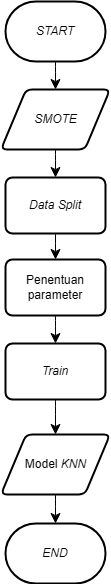
rfqma/skripsi keeps this draw.io diagram as flowcharts/flowchart_pembuatan_model_sentimen.drawio.png. Above is the earlier version. Source tidied: cells renumbered, new cells last; positions are measured from the earlier drawing's top-left corner, leaving out a move shared by most shapes. Source of this version:
```xml
<mxGraphModel>
  <root>
    <mxCell id="0" />
    <mxCell id="1" parent="0" />
    <mxCell id="2" style="edgeStyle=none;curved=1;rounded=0;jettySize=auto;html=1;exitX=0.5;exitY=1;exitDx=0;exitDy=0;exitPerimeter=0;entryX=0.5;entryY=0;entryDx=0;entryDy=0;fontSize=12;startSize=8;endSize=8;" parent="1" edge="1" source="3" target="6">
      <mxGeometry relative="1" as="geometry" />
    </mxCell>
    <mxCell id="3" value="&lt;i&gt;START&lt;/i&gt;" style="strokeWidth=2;html=1;shape=mxgraph.flowchart.terminator;whiteSpace=wrap;" parent="1" vertex="1">
      <mxGeometry x="4" width="100" height="60" as="geometry" />
    </mxCell>
    <mxCell id="4" value="&lt;i&gt;END&lt;/i&gt;" style="strokeWidth=2;html=1;shape=mxgraph.flowchart.terminator;whiteSpace=wrap;" parent="1" vertex="1">
      <mxGeometry x="4" y="522" width="100" height="60" as="geometry" />
    </mxCell>
    <mxCell id="5" style="edgeStyle=none;curved=1;rounded=0;jettySize=auto;html=1;exitX=0.5;exitY=1;exitDx=0;exitDy=0;entryX=0.5;entryY=0;entryDx=0;entryDy=0;fontSize=12;startSize=8;endSize=8;" parent="1" edge="1" source="6" target="8">
      <mxGeometry relative="1" as="geometry" />
    </mxCell>
    <mxCell id="6" value="&lt;i&gt;SMOTE&lt;/i&gt;" style="shape=parallelogram;html=1;strokeWidth=2;perimeter=parallelogramPerimeter;whiteSpace=wrap;rounded=1;arcSize=12;size=0.23;" parent="1" vertex="1">
      <mxGeometry x="-0.5" y="88" width="109" height="60" as="geometry" />
    </mxCell>
    <mxCell id="7" style="edgeStyle=none;curved=1;rounded=0;jettySize=auto;html=1;exitX=0.5;exitY=1;exitDx=0;exitDy=0;entryX=0.5;entryY=0;entryDx=0;entryDy=0;fontSize=12;startSize=8;endSize=8;" parent="1" edge="1" source="8" target="10">
      <mxGeometry relative="1" as="geometry" />
    </mxCell>
    <mxCell id="8" value="&lt;i&gt;Data Split&lt;/i&gt;" style="rounded=1;whiteSpace=wrap;html=1;absoluteArcSize=1;arcSize=14;strokeWidth=2;" parent="1" vertex="1">
      <mxGeometry x="4" y="176" width="100" height="56" as="geometry" />
    </mxCell>
    <mxCell id="9" style="edgeStyle=none;curved=1;rounded=0;jettySize=auto;html=1;exitX=0.5;exitY=1;exitDx=0;exitDy=0;entryX=0.5;entryY=0;entryDx=0;entryDy=0;fontSize=12;startSize=8;endSize=8;" parent="1" edge="1" source="10" target="13">
      <mxGeometry relative="1" as="geometry" />
    </mxCell>
    <mxCell id="10" value="Penentuan parameter" style="rounded=1;whiteSpace=wrap;html=1;absoluteArcSize=1;arcSize=14;strokeWidth=2;" parent="1" vertex="1">
      <mxGeometry x="4" y="258" width="100" height="56" as="geometry" />
    </mxCell>
    <mxCell id="11" value="Model &lt;i&gt;KNN&lt;/i&gt;" style="shape=parallelogram;html=1;strokeWidth=2;perimeter=parallelogramPerimeter;whiteSpace=wrap;rounded=1;arcSize=12;size=0.23;" parent="1" vertex="1">
      <mxGeometry x="-0.5" y="433" width="109" height="60" as="geometry" />
    </mxCell>
    <mxCell id="12" style="edgeStyle=none;curved=1;rounded=0;jettySize=auto;html=1;exitX=0.5;exitY=1;exitDx=0;exitDy=0;entryX=0.5;entryY=0;entryDx=0;entryDy=0;fontSize=12;startSize=8;endSize=8;" parent="1" edge="1" source="13" target="11">
      <mxGeometry relative="1" as="geometry" />
    </mxCell>
    <mxCell id="13" value="&lt;i&gt;Train&lt;/i&gt;" style="rounded=1;whiteSpace=wrap;html=1;absoluteArcSize=1;arcSize=14;strokeWidth=2;" parent="1" vertex="1">
      <mxGeometry x="4" y="342" width="100" height="56" as="geometry" />
    </mxCell>
    <mxCell id="14" style="edgeStyle=none;curved=1;rounded=0;jettySize=auto;html=1;exitX=0.5;exitY=1;exitDx=0;exitDy=0;entryX=0.5;entryY=0;entryDx=0;entryDy=0;entryPerimeter=0;fontSize=12;startSize=8;endSize=8;" parent="1" edge="1" source="11" target="4">
      <mxGeometry relative="1" as="geometry" />
    </mxCell>
  </root>
</mxGraphModel>
```
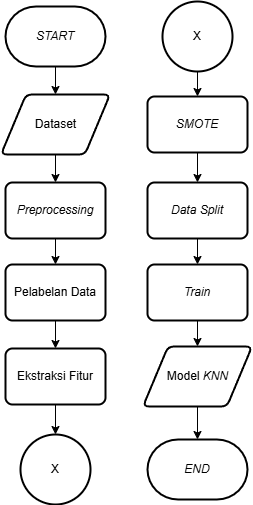
The same file after the commit.

What changed in the source:
```diff
@@ -2,43 +2,70 @@
   <root>
     <mxCell id="0" />
     <mxCell id="1" parent="0" />
-    <mxCell id="2" style="edgeStyle=none;curved=1;rounded=0;jettySize=auto;html=1;exitX=0.5;exitY=1;exitDx=0;exitDy=0;exitPerimeter=0;entryX=0.5;entryY=0;entryDx=0;entryDy=0;fontSize=12;startSize=8;endSize=8;" parent="1" edge="1" source="3" target="6">
-      <mxGeometry relative="1" as="geometry" />
-    </mxCell>
+    <mxCell id="15" style="edgeStyle=orthogonalEdgeStyle;rounded=0;jettySize=auto;html=1;exitX=0.5;exitY=1;exitDx=0;exitDy=0;exitPerimeter=0;entryX=0.5;entryY=0;entryDx=0;entryDy=0;" parent="1" edge="1" source="3" target="17">
+      <mxGeometry relative="1" as="geometry" />
+    </mxCell>
     <mxCell id="3" value="&lt;i&gt;START&lt;/i&gt;" style="strokeWidth=2;html=1;shape=mxgraph.flowchart.terminator;whiteSpace=wrap;" parent="1" vertex="1">
-      <mxGeometry x="4" width="100" height="60" as="geometry" />
+      <mxGeometry x="164" width="100" height="60" as="geometry" />
     </mxCell>
-    <mxCell id="4" value="&lt;i&gt;END&lt;/i&gt;" style="strokeWidth=2;html=1;shape=mxgraph.flowchart.terminator;whiteSpace=wrap;" parent="1" vertex="1">
-      <mxGeometry x="4" y="522" width="100" height="60" as="geometry" />
-    </mxCell>
+    <mxCell id="16" style="edgeStyle=orthogonalEdgeStyle;rounded=0;jettySize=auto;html=1;exitX=0.5;exitY=1;exitDx=0;exitDy=0;entryX=0.5;entryY=0;entryDx=0;entryDy=0;" parent="1" edge="1" source="17" target="19">
+      <mxGeometry relative="1" as="geometry" />
+    </mxCell>
+    <mxCell id="17" value="Dataset" style="shape=parallelogram;html=1;strokeWidth=2;perimeter=parallelogramPerimeter;whiteSpace=wrap;rounded=1;arcSize=12;size=0.23;" parent="1" vertex="1">
+      <mxGeometry x="159.5" y="88" width="109" height="60" as="geometry" />
+    </mxCell>
+    <mxCell id="18" style="edgeStyle=orthogonalEdgeStyle;rounded=0;jettySize=auto;html=1;exitX=0.5;exitY=1;exitDx=0;exitDy=0;entryX=0.5;entryY=0;entryDx=0;entryDy=0;" parent="1" edge="1" source="19" target="21">
+      <mxGeometry relative="1" as="geometry" />
+    </mxCell>
+    <mxCell id="19" value="&lt;i&gt;Preprocessing&lt;/i&gt;" style="rounded=1;whiteSpace=wrap;html=1;absoluteArcSize=1;arcSize=14;strokeWidth=2;" parent="1" vertex="1">
+      <mxGeometry x="164" y="176" width="100" height="56" as="geometry" />
+    </mxCell>
+    <mxCell id="20" style="edgeStyle=orthogonalEdgeStyle;rounded=0;jettySize=auto;html=1;exitX=0.5;exitY=1;exitDx=0;exitDy=0;entryX=0.5;entryY=0;entryDx=0;entryDy=0;" parent="1" edge="1" source="21" target="22">
+      <mxGeometry relative="1" as="geometry" />
+    </mxCell>
+    <mxCell id="21" value="Pelabelan Data" style="rounded=1;whiteSpace=wrap;html=1;absoluteArcSize=1;arcSize=14;strokeWidth=2;" parent="1" vertex="1">
+      <mxGeometry x="164" y="258" width="100" height="56" as="geometry" />
+    </mxCell>
+    <mxCell id="22" value="Ekstraksi Fitur" style="rounded=1;whiteSpace=wrap;html=1;absoluteArcSize=1;arcSize=14;strokeWidth=2;" parent="1" vertex="1">
+      <mxGeometry x="164" y="342" width="100" height="56" as="geometry" />
+    </mxCell>
+    <mxCell id="23" value="X" style="strokeWidth=2;html=1;shape=mxgraph.flowchart.start_2;whiteSpace=wrap;" parent="1" vertex="1">
+      <mxGeometry x="179" y="428" width="70" height="70" as="geometry" />
+    </mxCell>
+    <mxCell id="24" style="edgeStyle=orthogonalEdgeStyle;rounded=0;jettySize=auto;html=1;exitX=0.5;exitY=1;exitDx=0;exitDy=0;entryX=0.5;entryY=0;entryDx=0;entryDy=0;entryPerimeter=0;" parent="1" edge="1" source="22" target="23">
+      <mxGeometry relative="1" as="geometry" />
+    </mxCell>
+    <mxCell id="25" style="edgeStyle=orthogonalEdgeStyle;rounded=0;jettySize=auto;html=1;exitX=0.5;exitY=1;exitDx=0;exitDy=0;exitPerimeter=0;entryX=0.5;entryY=0;entryDx=0;entryDy=0;" parent="1" edge="1" source="26" target="6">
+      <mxGeometry relative="1" as="geometry" />
+    </mxCell>
+    <mxCell id="26" value="X" style="strokeWidth=2;html=1;shape=mxgraph.flowchart.start_2;whiteSpace=wrap;" parent="1" vertex="1">
+      <mxGeometry x="321" y="-5" width="70" height="70" as="geometry" />
+    </mxCell>
-    <mxCell id="5" style="edgeStyle=none;curved=1;rounded=0;jettySize=auto;html=1;exitX=0.5;exitY=1;exitDx=0;exitDy=0;entryX=0.5;entryY=0;entryDx=0;entryDy=0;fontSize=12;startSize=8;endSize=8;" parent="1" edge="1" source="6" target="8">
+    <mxCell id="5" style="edgeStyle=orthogonalEdgeStyle;rounded=0;jettySize=auto;html=1;exitX=0.5;exitY=1;exitDx=0;exitDy=0;entryX=0.5;entryY=0;entryDx=0;entryDy=0;" parent="1" edge="1" source="6" target="8">
       <mxGeometry relative="1" as="geometry" />
     </mxCell>
-    <mxCell id="6" value="&lt;i&gt;SMOTE&lt;/i&gt;" style="shape=parallelogram;html=1;strokeWidth=2;perimeter=parallelogramPerimeter;whiteSpace=wrap;rounded=1;arcSize=12;size=0.23;" parent="1" vertex="1">
-      <mxGeometry x="-0.5" y="88" width="109" height="60" as="geometry" />
+    <mxCell id="6" value="&lt;i&gt;SMOTE&lt;/i&gt;" style="rounded=1;whiteSpace=wrap;html=1;absoluteArcSize=1;arcSize=14;strokeWidth=2;" parent="1" vertex="1">
+      <mxGeometry x="306" y="90" width="100" height="56" as="geometry" />
     </mxCell>
-    <mxCell id="7" style="edgeStyle=none;curved=1;rounded=0;jettySize=auto;html=1;exitX=0.5;exitY=1;exitDx=0;exitDy=0;entryX=0.5;entryY=0;entryDx=0;entryDy=0;fontSize=12;startSize=8;endSize=8;" parent="1" edge="1" source="8" target="10">
-      <mxGeometry relative="1" as="geometry" />
-    </mxCell>
+    <mxCell id="27" style="edgeStyle=orthogonalEdgeStyle;rounded=0;jettySize=auto;html=1;exitX=0.5;exitY=1;exitDx=0;exitDy=0;entryX=0.5;entryY=0;entryDx=0;entryDy=0;" parent="1" edge="1" source="8" target="13">
+      <mxGeometry relative="1" as="geometry" />
+    </mxCell>
     <mxCell id="8" value="&lt;i&gt;Data Split&lt;/i&gt;" style="rounded=1;whiteSpace=wrap;html=1;absoluteArcSize=1;arcSize=14;strokeWidth=2;" parent="1" vertex="1">
-      <mxGeometry x="4" y="176" width="100" height="56" as="geometry" />
+      <mxGeometry x="306" y="176" width="100" height="56" as="geometry" />
     </mxCell>
-    <mxCell id="9" style="edgeStyle=none;curved=1;rounded=0;jettySize=auto;html=1;exitX=0.5;exitY=1;exitDx=0;exitDy=0;entryX=0.5;entryY=0;entryDx=0;entryDy=0;fontSize=12;startSize=8;endSize=8;" parent="1" edge="1" source="10" target="13">
-      <mxGeometry relative="1" as="geometry" />
-    </mxCell>
-    <mxCell id="10" value="Penentuan parameter" style="rounded=1;whiteSpace=wrap;html=1;absoluteArcSize=1;arcSize=14;strokeWidth=2;" parent="1" vertex="1">
-      <mxGeometry x="4" y="258" width="100" height="56" as="geometry" />
-    </mxCell>
-    <mxCell id="11" value="Model &lt;i&gt;KNN&lt;/i&gt;" style="shape=parallelogram;html=1;strokeWidth=2;perimeter=parallelogramPerimeter;whiteSpace=wrap;rounded=1;arcSize=12;size=0.23;" parent="1" vertex="1">
-      <mxGeometry x="-0.5" y="433" width="109" height="60" as="geometry" />
-    </mxCell>
-    <mxCell id="12" style="edgeStyle=none;curved=1;rounded=0;jettySize=auto;html=1;exitX=0.5;exitY=1;exitDx=0;exitDy=0;entryX=0.5;entryY=0;entryDx=0;entryDy=0;fontSize=12;startSize=8;endSize=8;" parent="1" edge="1" source="13" target="11">
+    <mxCell id="12" style="edgeStyle=orthogonalEdgeStyle;rounded=0;jettySize=auto;html=1;exitX=0.5;exitY=1;exitDx=0;exitDy=0;entryX=0.5;entryY=0;entryDx=0;entryDy=0;" parent="1" edge="1" source="13" target="11">
       <mxGeometry relative="1" as="geometry" />
     </mxCell>
     <mxCell id="13" value="&lt;i&gt;Train&lt;/i&gt;" style="rounded=1;whiteSpace=wrap;html=1;absoluteArcSize=1;arcSize=14;strokeWidth=2;" parent="1" vertex="1">
-      <mxGeometry x="4" y="342" width="100" height="56" as="geometry" />
+      <mxGeometry x="306" y="258" width="100" height="56" as="geometry" />
     </mxCell>
+    <mxCell id="11" value="Model &lt;i&gt;KNN&lt;/i&gt;" style="shape=parallelogram;html=1;strokeWidth=2;perimeter=parallelogramPerimeter;whiteSpace=wrap;rounded=1;arcSize=12;size=0.23;" parent="1" vertex="1">
+      <mxGeometry x="301.5" y="340" width="109" height="60" as="geometry" />
+    </mxCell>
+    <mxCell id="4" value="&lt;i&gt;END&lt;/i&gt;" style="strokeWidth=2;html=1;shape=mxgraph.flowchart.terminator;whiteSpace=wrap;" parent="1" vertex="1">
+      <mxGeometry x="306" y="433" width="100" height="60" as="geometry" />
+    </mxCell>
-    <mxCell id="14" style="edgeStyle=none;curved=1;rounded=0;jettySize=auto;html=1;exitX=0.5;exitY=1;exitDx=0;exitDy=0;entryX=0.5;entryY=0;entryDx=0;entryDy=0;entryPerimeter=0;fontSize=12;startSize=8;endSize=8;" parent="1" edge="1" source="11" target="4">
+    <mxCell id="14" style="edgeStyle=orthogonalEdgeStyle;rounded=0;jettySize=auto;html=1;exitX=0.5;exitY=1;exitDx=0;exitDy=0;entryX=0.5;entryY=0;entryDx=0;entryDy=0;entryPerimeter=0;" parent="1" edge="1" source="11" target="4">
       <mxGeometry relative="1" as="geometry" />
     </mxCell>
   </root>
```
